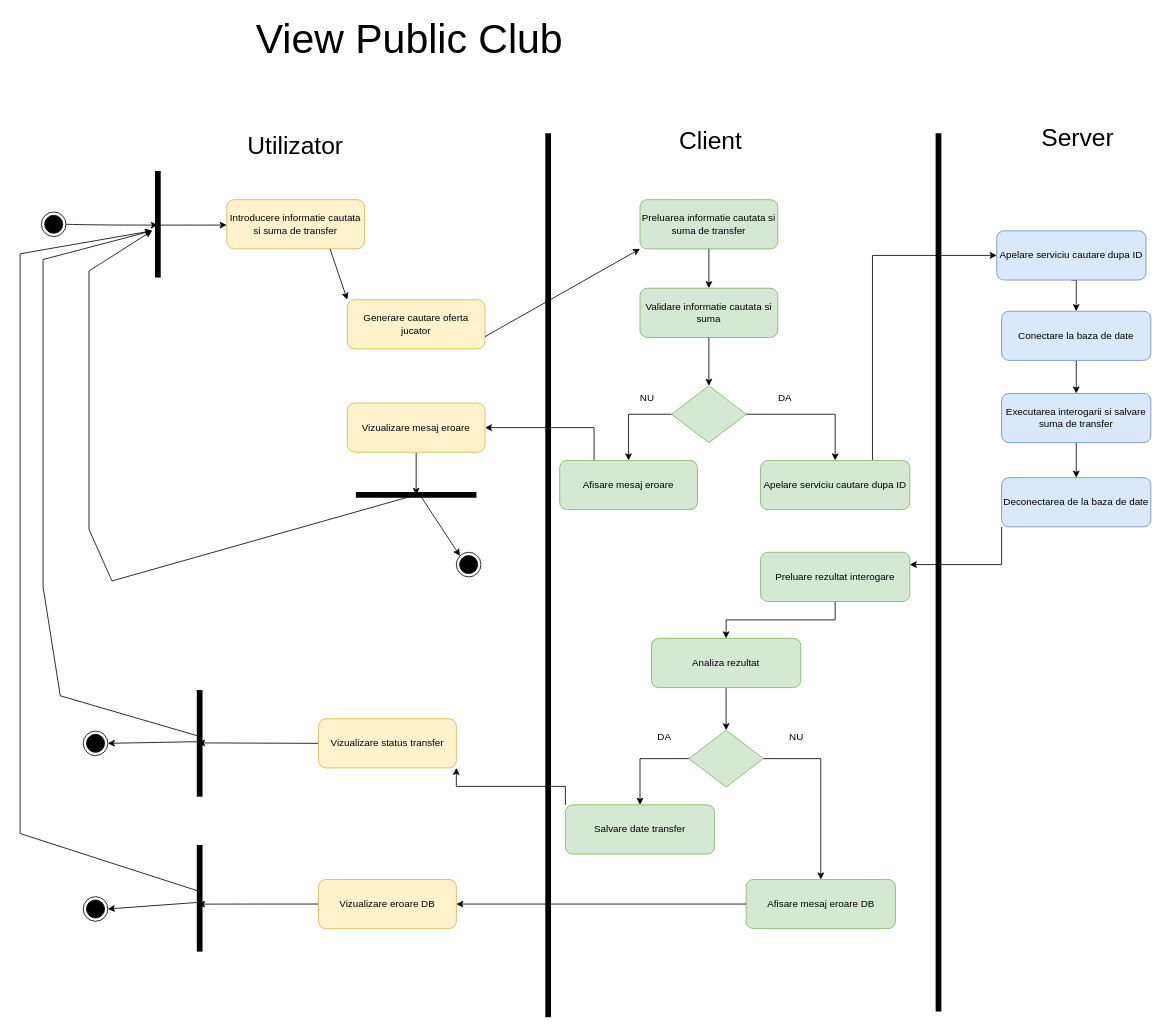
The draw.io diagram diagrams/ModifyCoachAndPlayersSalaries.drawio in CaesarHD/football-club-simulator, before the edit. Source tidied: cells renumbered, new cells numbered last; positions are measured from the earlier drawing's top-left corner, leaving out a move shared by most shapes. Both pictures are drawn from the tidied source at 82%, with x=0, y=0 at pixel (20, 26).
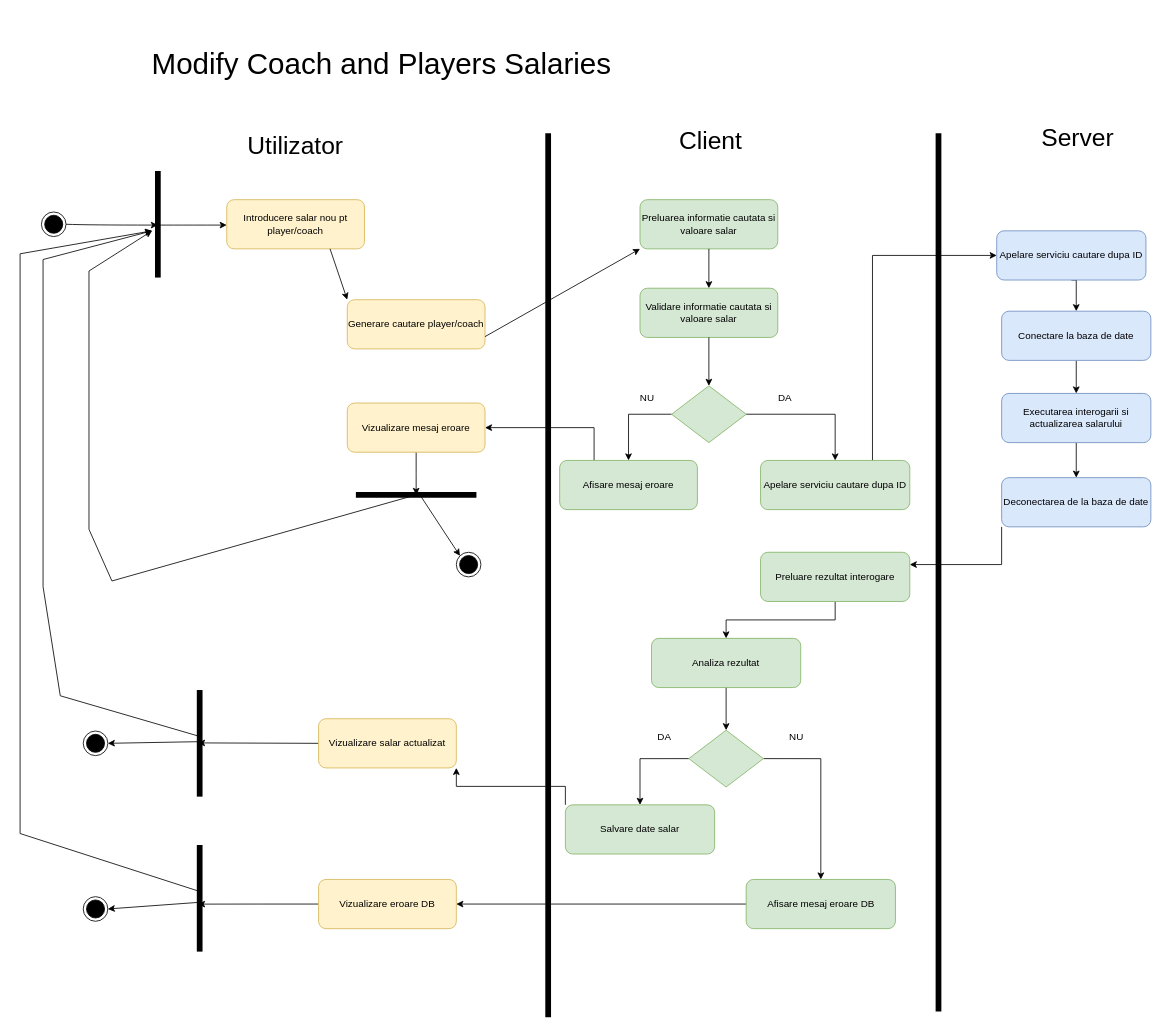
The same diagram, later.

Change to the diagram source:
```diff
@@
-    <mxCell id="6" value="Introducere informatie cautata si suma de transfer" style="rounded=1;whiteSpace=wrap;html=1;fillColor=#fff2cc;strokeColor=#d6b656;" parent="1" vertex="1">
+    <mxCell id="6" value="Introducere salar nou pt player/coach" style="rounded=1;whiteSpace=wrap;html=1;fillColor=#fff2cc;strokeColor=#d6b656;" parent="1" vertex="1">
       <mxGeometry x="252" y="211" width="168" height="60" as="geometry" />
     </mxCell>
-    <mxCell id="7" value="Generare cautare oferta jucator" style="rounded=1;whiteSpace=wrap;html=1;fillColor=#fff2cc;strokeColor=#d6b656;" parent="1" vertex="1">
+    <mxCell id="7" value="Generare cautare player/coach" style="rounded=1;whiteSpace=wrap;html=1;fillColor=#fff2cc;strokeColor=#d6b656;" parent="1" vertex="1">
       <mxGeometry x="399" y="333" width="168" height="60" as="geometry" />
     </mxCell>
@@
-    <mxCell id="10" value="Preluarea informatie cautata si suma de transfer" style="rounded=1;whiteSpace=wrap;html=1;fillColor=#d5e8d4;strokeColor=#82b366;" parent="1" vertex="1">
+    <mxCell id="10" value="Preluarea informatie cautata si valoare salar" style="rounded=1;whiteSpace=wrap;html=1;fillColor=#d5e8d4;strokeColor=#82b366;" parent="1" vertex="1">
       <mxGeometry x="756" y="211" width="168" height="60" as="geometry" />
     </mxCell>
@@
-    <mxCell id="12" value="Validare informatie cautata si suma" style="rounded=1;whiteSpace=wrap;html=1;fillColor=#d5e8d4;strokeColor=#82b366;" parent="1" vertex="1">
+    <mxCell id="12" value="Validare informatie cautata si valoare salar" style="rounded=1;whiteSpace=wrap;html=1;fillColor=#d5e8d4;strokeColor=#82b366;" parent="1" vertex="1">
       <mxGeometry x="756" y="319" width="168" height="60" as="geometry" />
     </mxCell>
@@
-    <mxCell id="36" value="Executarea interogarii si salvare suma de transfer" style="rounded=1;whiteSpace=wrap;html=1;fillColor=#dae8fc;strokeColor=#6c8ebf;" parent="1" vertex="1">
+    <mxCell id="36" value="Executarea interogarii si actualizarea salarului" style="rounded=1;whiteSpace=wrap;html=1;fillColor=#dae8fc;strokeColor=#6c8ebf;" parent="1" vertex="1">
       <mxGeometry x="1197" y="447.3" width="182" height="60" as="geometry" />
     </mxCell>
@@
-    <mxCell id="47" value="Salvare date transfer" style="rounded=1;whiteSpace=wrap;html=1;fillColor=#d5e8d4;strokeColor=#82b366;" parent="1" vertex="1">
+    <mxCell id="47" value="Salvare date salar" style="rounded=1;whiteSpace=wrap;html=1;fillColor=#d5e8d4;strokeColor=#82b366;" parent="1" vertex="1">
       <mxGeometry x="665" y="949" width="182" height="60" as="geometry" />
     </mxCell>
@@
-    <mxCell id="50" value="Vizualizare status transfer" style="rounded=1;whiteSpace=wrap;html=1;fillColor=#fff2cc;strokeColor=#d6b656;" parent="1" vertex="1">
+    <mxCell id="50" value="Vizualizare salar actualizat" style="rounded=1;whiteSpace=wrap;html=1;fillColor=#fff2cc;strokeColor=#d6b656;" parent="1" vertex="1">
       <mxGeometry x="364" y="844" width="168" height="60" as="geometry" />
     </mxCell>
@@
-    <mxCell id="67" value="&lt;font style=&quot;font-size: 50px;&quot;&gt;View Public Club&lt;/font&gt;" style="text;html=1;whiteSpace=wrap;strokeColor=none;fillColor=none;align=center;verticalAlign=middle;rounded=0;" parent="1" vertex="1">
-      <mxGeometry x="120" width="710" height="30" as="geometry" />
-    </mxCell>
+    <mxCell id="68" value="&lt;font style=&quot;font-size: 36px;&quot;&gt;Modify Coach and Players Salaries&lt;/font&gt;" style="text;html=1;whiteSpace=wrap;strokeColor=none;fillColor=none;align=center;verticalAlign=middle;rounded=0;" parent="1" vertex="1">
+      <mxGeometry x="125.5" y="30" width="630" height="30" as="geometry" />
+    </mxCell>
```
